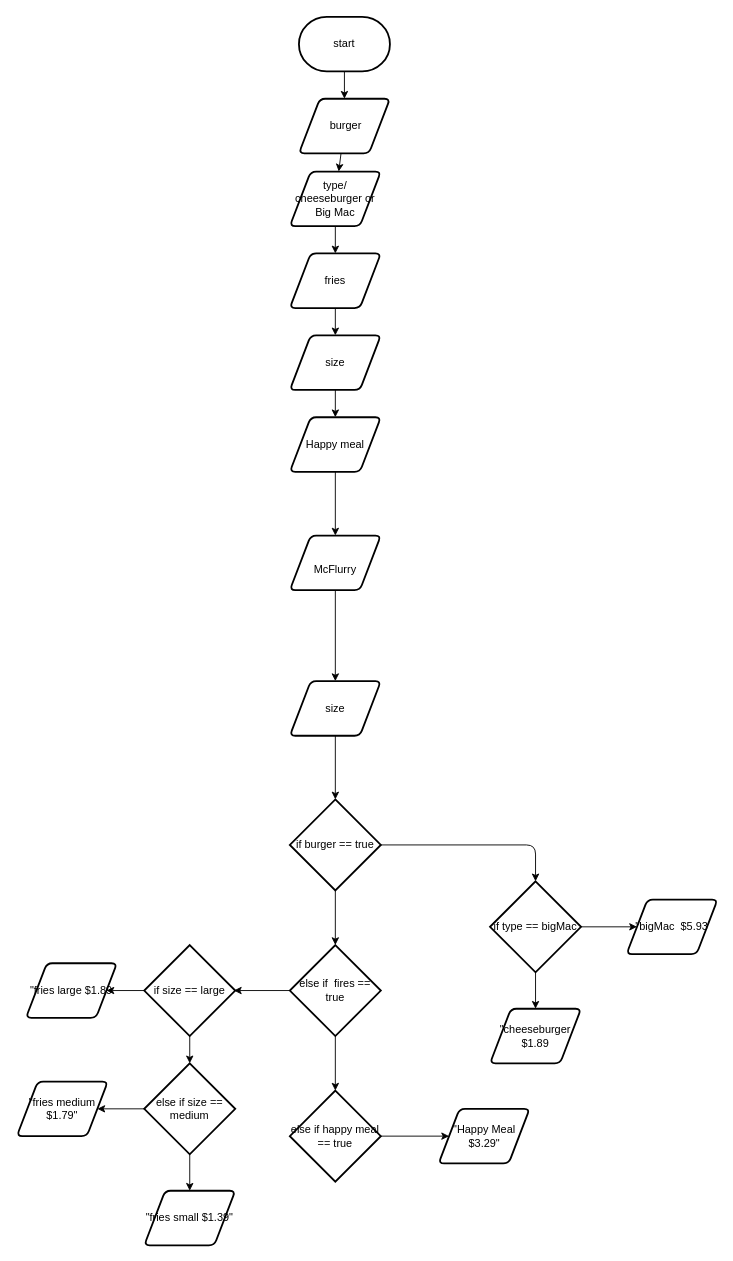
The draw.io diagram design/flowchart.drawio in sophie-nguyen-0/ICS2O-Assignment-4, before the edit. Source tidied: cells renumbered, new cells numbered last; positions are measured from the earlier drawing's top-left corner, leaving out a move shared by most shapes. Both pictures are drawn from the tidied source at 91%, with x=0, y=0 at pixel (16, 16).
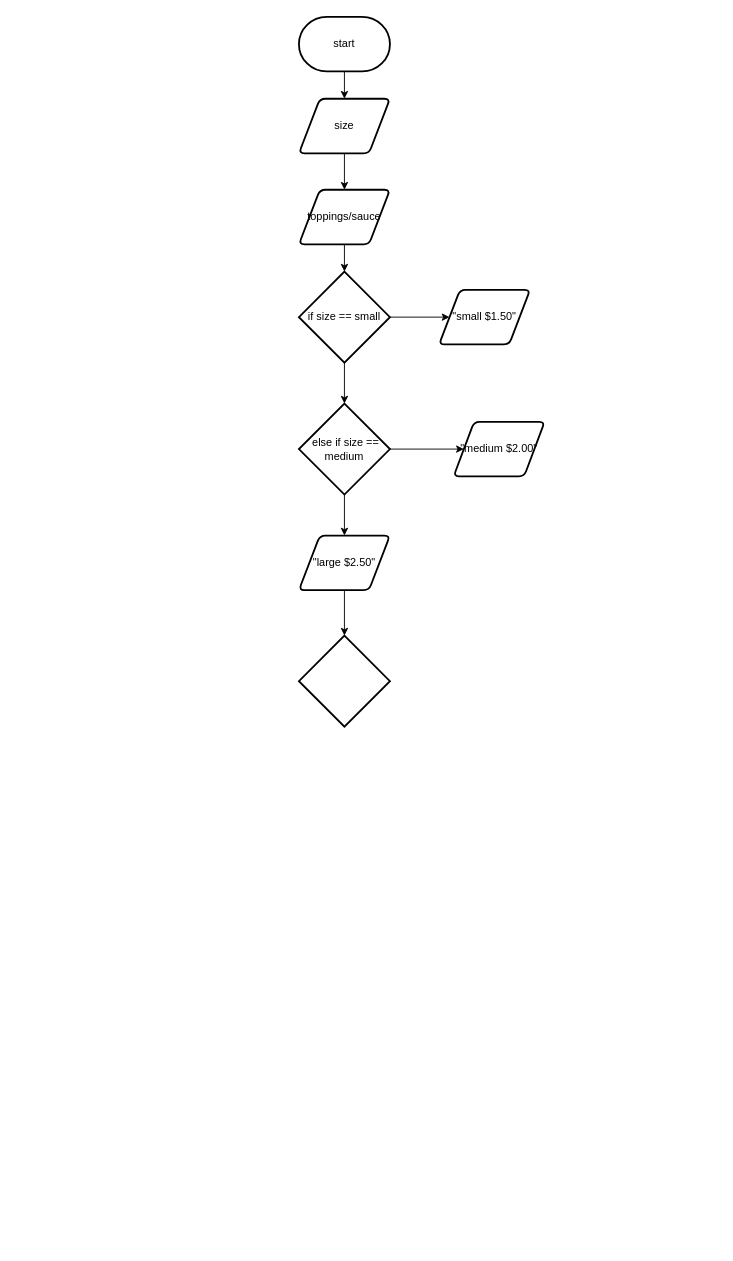
The same page after the edit.

Unchanged cells that the change refers to:
```xml
<mxCell id="3" value="start" style="strokeWidth=2;html=1;shape=mxgraph.flowchart.terminator;whiteSpace=wrap;" parent="1" vertex="1">
  <mxGeometry x="310" width="100" height="60" as="geometry" />
</mxCell>
```

The edit, as a diff of the source:
```diff
@@
-    <mxCell id="2" style="edgeStyle=none;html=1;" parent="1" edge="1" source="3" target="5">
-      <mxGeometry relative="1" as="geometry" />
+    <mxCell id="2" style="edgeStyle=none;html=1;" parent="1" edge="1" source="3">
+      <mxGeometry relative="1" as="geometry">
+        <mxPoint x="360" y="90" as="targetPoint" />
+      </mxGeometry>
     </mxCell>
@@
-    <mxCell id="4" style="edgeStyle=none;html=1;" parent="1" edge="1" source="5" target="7">
-      <mxGeometry relative="1" as="geometry" />
-    </mxCell>
-    <mxCell id="5" value="&amp;nbsp;burger" style="shape=parallelogram;html=1;strokeWidth=2;perimeter=parallelogramPerimeter;whiteSpace=wrap;rounded=1;arcSize=12;size=0.23;" parent="1" vertex="1">
-      <mxGeometry x="310" y="90" width="100" height="60" as="geometry" />
-    </mxCell>
-    <mxCell id="6" style="edgeStyle=none;html=1;" parent="1" edge="1" source="7" target="9">
-      <mxGeometry relative="1" as="geometry" />
-    </mxCell>
-    <mxCell id="7" value="type/ cheeseburger or Big Mac" style="shape=parallelogram;html=1;strokeWidth=2;perimeter=parallelogramPerimeter;whiteSpace=wrap;rounded=1;arcSize=12;size=0.23;" parent="1" vertex="1">
-      <mxGeometry x="300" y="170" width="100" height="60" as="geometry" />
-    </mxCell>
-    <mxCell id="8" style="edgeStyle=none;html=1;" parent="1" edge="1" source="9" target="11">
-      <mxGeometry relative="1" as="geometry" />
-    </mxCell>
-    <mxCell id="9" value="fries" style="shape=parallelogram;html=1;strokeWidth=2;perimeter=parallelogramPerimeter;whiteSpace=wrap;rounded=1;arcSize=12;size=0.23;" parent="1" vertex="1">
-      <mxGeometry x="300" y="260" width="100" height="60" as="geometry" />
-    </mxCell>
-    <mxCell id="10" style="edgeStyle=none;html=1;" parent="1" edge="1" source="11" target="13">
-      <mxGeometry relative="1" as="geometry" />
-    </mxCell>
-    <mxCell id="11" value="size" style="shape=parallelogram;html=1;strokeWidth=2;perimeter=parallelogramPerimeter;whiteSpace=wrap;rounded=1;arcSize=12;size=0.23;" parent="1" vertex="1">
-      <mxGeometry x="300" y="350" width="100" height="60" as="geometry" />
-    </mxCell>
-    <mxCell id="12" style="edgeStyle=none;html=1;" parent="1" edge="1" source="13" target="14">
-      <mxGeometry relative="1" as="geometry" />
-    </mxCell>
-    <mxCell id="13" value="Happy meal" style="shape=parallelogram;html=1;strokeWidth=2;perimeter=parallelogramPerimeter;whiteSpace=wrap;rounded=1;arcSize=12;size=0.23;" parent="1" vertex="1">
-      <mxGeometry x="300" y="440" width="100" height="60" as="geometry" />
-    </mxCell>
-    <mxCell id="14" value="&lt;br&gt;McFlurry" style="shape=parallelogram;html=1;strokeWidth=2;perimeter=parallelogramPerimeter;whiteSpace=wrap;rounded=1;arcSize=12;size=0.23;" parent="1" vertex="1">
-      <mxGeometry x="300" y="570" width="100" height="60" as="geometry" />
-    </mxCell>
-    <mxCell id="15" style="edgeStyle=none;html=1;exitX=0.5;exitY=1;exitDx=0;exitDy=0;" parent="1" edge="1" source="14" target="17">
-      <mxGeometry relative="1" as="geometry" />
-    </mxCell>
-    <mxCell id="16" style="edgeStyle=none;html=1;" parent="1" edge="1" source="17" target="20">
-      <mxGeometry relative="1" as="geometry" />
-    </mxCell>
-    <mxCell id="17" value="size" style="shape=parallelogram;html=1;strokeWidth=2;perimeter=parallelogramPerimeter;whiteSpace=wrap;rounded=1;arcSize=12;size=0.23;" parent="1" vertex="1">
-      <mxGeometry x="300" y="730" width="100" height="60" as="geometry" />
-    </mxCell>
-    <mxCell id="18" style="edgeStyle=none;html=1;entryX=0.5;entryY=0;entryDx=0;entryDy=0;entryPerimeter=0;" parent="1" edge="1" source="20" target="23">
-      <mxGeometry relative="1" as="geometry">
-        <Array as="points">
-          <mxPoint x="570" y="910" />
-        </Array>
-      </mxGeometry>
-    </mxCell>
-    <mxCell id="19" style="edgeStyle=none;html=1;" parent="1" edge="1" source="20" target="28">
-      <mxGeometry relative="1" as="geometry" />
-    </mxCell>
-    <mxCell id="20" value="if burger == true" style="strokeWidth=2;html=1;shape=mxgraph.flowchart.decision;whiteSpace=wrap;" parent="1" vertex="1">
-      <mxGeometry x="300" y="860" width="100" height="100" as="geometry" />
-    </mxCell>
-    <mxCell id="21" style="edgeStyle=none;html=1;" parent="1" edge="1" source="23">
-      <mxGeometry relative="1" as="geometry">
-        <mxPoint x="570" y="1090" as="targetPoint" />
-      </mxGeometry>
-    </mxCell>
-    <mxCell id="22" style="edgeStyle=none;html=1;" parent="1" edge="1" source="23" target="24">
-      <mxGeometry relative="1" as="geometry" />
-    </mxCell>
-    <mxCell id="23" value="if type == bigMac" style="strokeWidth=2;html=1;shape=mxgraph.flowchart.decision;whiteSpace=wrap;" parent="1" vertex="1">
-      <mxGeometry x="520" y="950" width="100" height="100" as="geometry" />
-    </mxCell>
-    <mxCell id="24" value="&quot;bigMac&amp;nbsp; $5.93" style="shape=parallelogram;html=1;strokeWidth=2;perimeter=parallelogramPerimeter;whiteSpace=wrap;rounded=1;arcSize=12;size=0.23;" parent="1" vertex="1">
-      <mxGeometry x="670" y="970" width="100" height="60" as="geometry" />
-    </mxCell>
-    <mxCell id="25" value="&quot;cheeseburger $1.89" style="shape=parallelogram;html=1;strokeWidth=2;perimeter=parallelogramPerimeter;whiteSpace=wrap;rounded=1;arcSize=12;size=0.23;" parent="1" vertex="1">
-      <mxGeometry x="520" y="1090" width="100" height="60" as="geometry" />
-    </mxCell>
-    <mxCell id="26" style="edgeStyle=none;html=1;" parent="1" edge="1" source="28">
-      <mxGeometry relative="1" as="geometry">
-        <mxPoint x="238.5" y="1070" as="targetPoint" />
-      </mxGeometry>
-    </mxCell>
-    <mxCell id="27" style="edgeStyle=none;html=1;" parent="1" edge="1" source="28" target="39">
-      <mxGeometry relative="1" as="geometry" />
-    </mxCell>
-    <mxCell id="28" value="else if&amp;nbsp; fires == true" style="strokeWidth=2;html=1;shape=mxgraph.flowchart.decision;whiteSpace=wrap;" parent="1" vertex="1">
-      <mxGeometry x="300" y="1020" width="100" height="100" as="geometry" />
-    </mxCell>
-    <mxCell id="29" style="edgeStyle=none;html=1;" parent="1" edge="1" source="31" target="32">
-      <mxGeometry relative="1" as="geometry" />
-    </mxCell>
-    <mxCell id="30" style="edgeStyle=none;html=1;" parent="1" edge="1" source="31" target="35">
-      <mxGeometry relative="1" as="geometry" />
-    </mxCell>
-    <mxCell id="31" value="if size == large" style="strokeWidth=2;html=1;shape=mxgraph.flowchart.decision;whiteSpace=wrap;" parent="1" vertex="1">
-      <mxGeometry x="140" y="1020" width="100" height="100" as="geometry" />
-    </mxCell>
-    <mxCell id="32" value="&quot;fries large $1.89" style="shape=parallelogram;html=1;strokeWidth=2;perimeter=parallelogramPerimeter;whiteSpace=wrap;rounded=1;arcSize=12;size=0.23;" parent="1" vertex="1">
-      <mxGeometry x="10" y="1040" width="100" height="60" as="geometry" />
-    </mxCell>
-    <mxCell id="33" style="edgeStyle=none;html=1;" parent="1" edge="1" source="35" target="36">
-      <mxGeometry relative="1" as="geometry" />
-    </mxCell>
-    <mxCell id="34" style="edgeStyle=none;html=1;" parent="1" edge="1" source="35" target="37">
-      <mxGeometry relative="1" as="geometry" />
-    </mxCell>
+    <mxCell id="41" style="edgeStyle=none;html=1;" parent="1" edge="1" source="38" target="43">
+      <mxGeometry relative="1" as="geometry" />
+    </mxCell>
+    <mxCell id="38" value="size" style="shape=parallelogram;html=1;strokeWidth=2;perimeter=parallelogramPerimeter;whiteSpace=wrap;rounded=1;arcSize=12;size=0.23;" parent="1" vertex="1">
+      <mxGeometry x="310" y="90" width="100" height="60" as="geometry" />
+    </mxCell>
+    <mxCell id="42" style="edgeStyle=none;html=1;" parent="1" edge="1" source="43" target="46">
+      <mxGeometry relative="1" as="geometry" />
+    </mxCell>
+    <mxCell id="43" value="toppings/sauce" style="shape=parallelogram;html=1;strokeWidth=2;perimeter=parallelogramPerimeter;whiteSpace=wrap;rounded=1;arcSize=12;size=0.23;" parent="1" vertex="1">
+      <mxGeometry x="310" y="190" width="100" height="60" as="geometry" />
+    </mxCell>
+    <mxCell id="44" style="edgeStyle=none;html=1;" parent="1" edge="1" source="46" target="47">
+      <mxGeometry relative="1" as="geometry" />
+    </mxCell>
+    <mxCell id="45" style="edgeStyle=none;html=1;" parent="1" edge="1" source="46" target="35">
+      <mxGeometry relative="1" as="geometry" />
+    </mxCell>
+    <mxCell id="46" value="if size == small" style="strokeWidth=2;html=1;shape=mxgraph.flowchart.decision;whiteSpace=wrap;" parent="1" vertex="1">
+      <mxGeometry x="310" y="280" width="100" height="100" as="geometry" />
+    </mxCell>
+    <mxCell id="47" value="&quot;small $1.50&quot;" style="shape=parallelogram;html=1;strokeWidth=2;perimeter=parallelogramPerimeter;whiteSpace=wrap;rounded=1;arcSize=12;size=0.23;" parent="1" vertex="1">
+      <mxGeometry x="464" y="300" width="100" height="60" as="geometry" />
+    </mxCell>
+    <mxCell id="48" style="edgeStyle=none;html=1;" parent="1" edge="1" source="35" target="50">
+      <mxGeometry relative="1" as="geometry" />
+    </mxCell>
+    <mxCell id="49" style="edgeStyle=none;html=1;" parent="1" edge="1" source="35" target="52">
+      <mxGeometry relative="1" as="geometry" />
+    </mxCell>
-    <mxCell id="35" value="else if size == medium" style="strokeWidth=2;html=1;shape=mxgraph.flowchart.decision;whiteSpace=wrap;" parent="1" vertex="1">
-      <mxGeometry x="140" y="1150" width="100" height="100" as="geometry" />
+    <mxCell id="35" value="&amp;nbsp;else if size == medium" style="strokeWidth=2;html=1;shape=mxgraph.flowchart.decision;whiteSpace=wrap;" parent="1" vertex="1">
+      <mxGeometry x="310" y="425" width="100" height="100" as="geometry" />
     </mxCell>
-    <mxCell id="36" value="&quot;fries medium $1.79&quot;" style="shape=parallelogram;html=1;strokeWidth=2;perimeter=parallelogramPerimeter;whiteSpace=wrap;rounded=1;arcSize=12;size=0.23;" parent="1" vertex="1">
-      <mxGeometry y="1170" width="100" height="60" as="geometry" />
-    </mxCell>
-    <mxCell id="37" value="&quot;fries small $1.39&quot;" style="shape=parallelogram;html=1;strokeWidth=2;perimeter=parallelogramPerimeter;whiteSpace=wrap;rounded=1;arcSize=12;size=0.23;" parent="1" vertex="1">
-      <mxGeometry x="140" y="1290" width="100" height="60" as="geometry" />
-    </mxCell>
-    <mxCell id="38" style="edgeStyle=none;html=1;" parent="1" edge="1" source="39" target="40">
-      <mxGeometry relative="1" as="geometry" />
-    </mxCell>
-    <mxCell id="39" value="else if happy meal == true" style="strokeWidth=2;html=1;shape=mxgraph.flowchart.decision;whiteSpace=wrap;" parent="1" vertex="1">
-      <mxGeometry x="300" y="1180" width="100" height="100" as="geometry" />
-    </mxCell>
-    <mxCell id="40" value="&quot;Happy Meal $3.29&quot;" style="shape=parallelogram;html=1;strokeWidth=2;perimeter=parallelogramPerimeter;whiteSpace=wrap;rounded=1;arcSize=12;size=0.23;" parent="1" vertex="1">
-      <mxGeometry x="463.5" y="1200" width="100" height="60" as="geometry" />
-    </mxCell>
+    <mxCell id="50" value="&quot;medium $2.00&quot;" style="shape=parallelogram;html=1;strokeWidth=2;perimeter=parallelogramPerimeter;whiteSpace=wrap;rounded=1;arcSize=12;size=0.22499999999999998;" parent="1" vertex="1">
+      <mxGeometry x="480" y="445" width="100" height="60" as="geometry" />
+    </mxCell>
+    <mxCell id="51" style="edgeStyle=none;html=1;" parent="1" edge="1" source="52" target="53">
+      <mxGeometry relative="1" as="geometry" />
+    </mxCell>
+    <mxCell id="52" value="&quot;large $2.50&quot;" style="shape=parallelogram;html=1;strokeWidth=2;perimeter=parallelogramPerimeter;whiteSpace=wrap;rounded=1;arcSize=12;size=0.23;" parent="1" vertex="1">
+      <mxGeometry x="310" y="570" width="100" height="60" as="geometry" />
+    </mxCell>
+    <mxCell id="53" style="strokeWidth=2;html=1;shape=mxgraph.flowchart.decision;whiteSpace=wrap;" parent="1" vertex="1">
+      <mxGeometry x="310" y="680" width="100" height="100" as="geometry" />
+    </mxCell>
```
